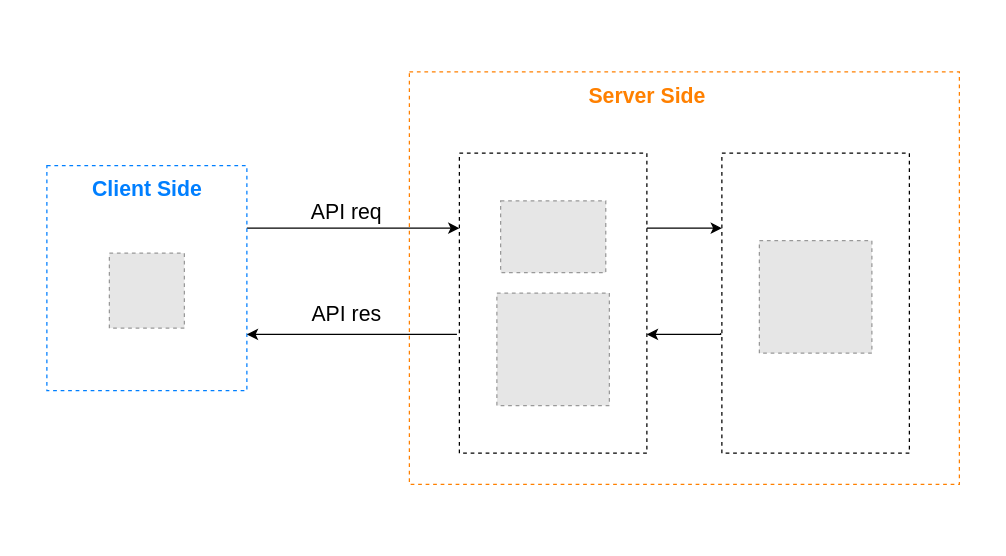
Earlier version of the draw.io diagram doc/draw.io/tech_archtecture.drawio (jdkfx/piqraise-web). Source tidied: cells renumbered, new cells numbered last; positions are measured from the earlier drawing's top-left corner, leaving out a move shared by most shapes. Both pictures are drawn from the tidied source at 125%, with x=0, y=0 at pixel (46, 71). Pictures stored in the file or linked from it are replaced by grey dashed boxes.
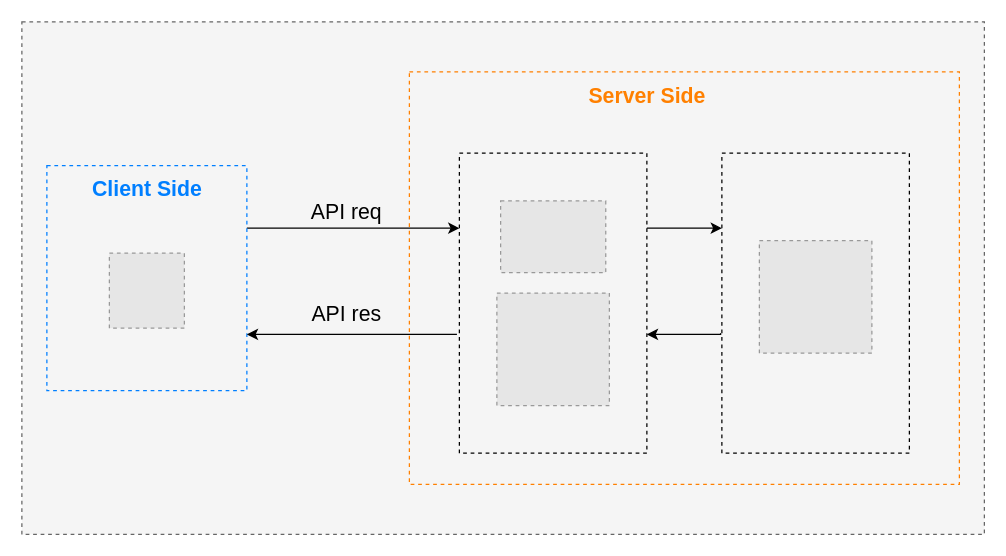
Above is the later version.

Commit message (it also covers changes not shown here):
fix archtecture diagram

Diff of the diagram source:
```diff
@@
+    <mxCell id="19" style="rounded=0;whiteSpace=wrap;html=1;dashed=1;fontSize=17;fillColor=#f5f5f5;strokeColor=#666666;fontColor=#333333;" parent="1" vertex="1">
+      <mxGeometry x="-20" y="-40" width="770" height="410" as="geometry" />
+    </mxCell>
```
